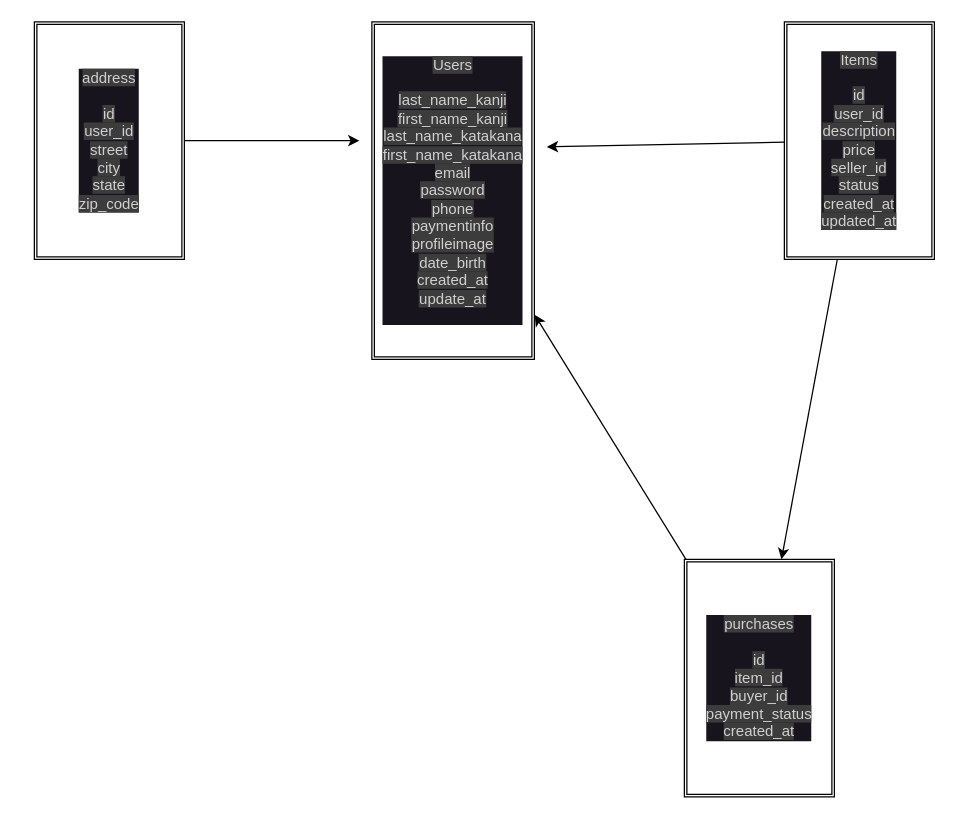
The draw.io diagram ER.dio in Ebisawa1016/furima-40312, before the edit. Source tidied: cells renumbered, new cells numbered last; positions are measured from the earlier drawing's top-left corner, leaving out a move shared by most shapes. Both pictures are drawn from the tidied source at 125%, with x=0, y=0 at pixel (34, 21).
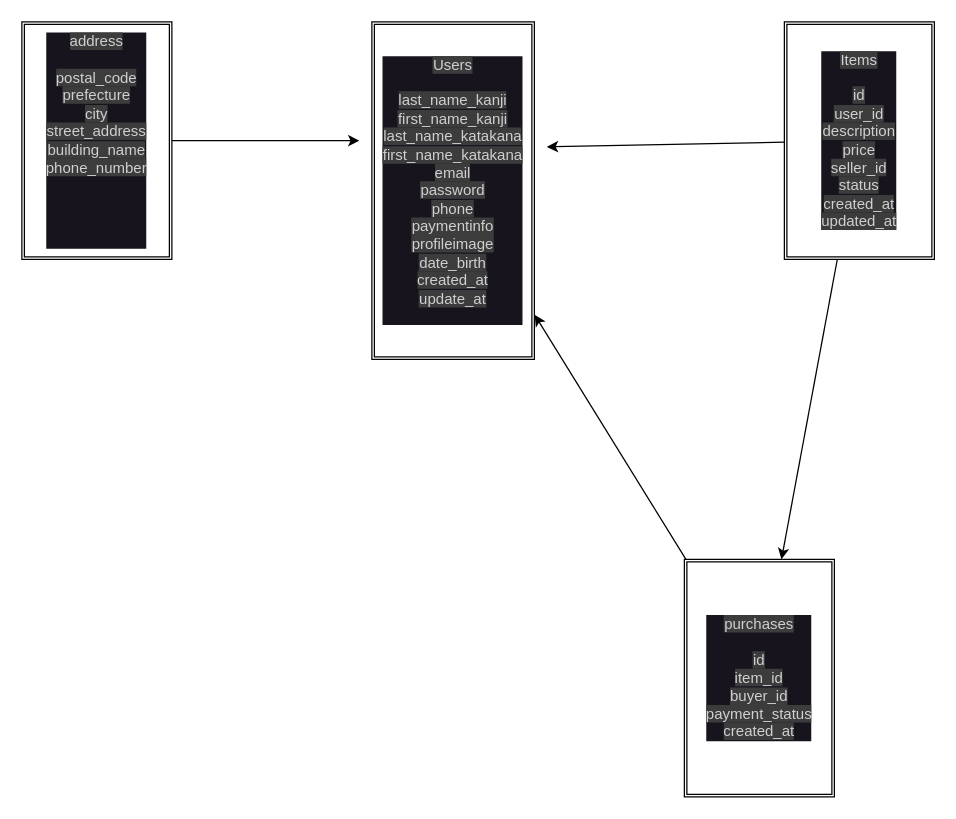
The same page after the edit.

Commit message (it also covers changes not shown here):
郵便番号の追加

The edit, as a diff of the source:
```diff
@@
 <mxGraphModel>
   <root>
     <mxCell id="0" />
     <mxCell id="1" parent="0" />
     <mxCell id="2" value="&lt;font color=&quot;#d0d0d0&quot;&gt;&lt;span style=&quot;background-color: rgb(60, 60, 60);&quot;&gt;Users&lt;br&gt;&lt;br&gt;last_name_kanji&lt;br&gt;first_name_kanji&lt;br&gt;last_name_katakana&lt;br&gt;first_name_katakana&lt;br&gt;&lt;/span&gt;&lt;/font&gt;&lt;font color=&quot;#d0d0d0&quot;&gt;&lt;span style=&quot;background-color: rgb(60, 60, 60);&quot;&gt;email&lt;br&gt;password&lt;br&gt;phone&lt;br&gt;paymentinfo&lt;br&gt;profileimage&lt;br&gt;date_birth&lt;br&gt;created_at&lt;br&gt;update_at&lt;br&gt;&lt;br&gt;&lt;/span&gt;&lt;/font&gt;" style="shape=ext;double=1;rounded=0;whiteSpace=wrap;html=1;labelBackgroundColor=#18141D;" parent="1" vertex="1">
       <mxGeometry x="270" width="130" height="270" as="geometry" />
     </mxCell>
     <mxCell id="3" style="edgeStyle=none;html=1;" parent="1" edge="1" source="5">
       <mxGeometry relative="1" as="geometry">
         <mxPoint x="410" y="100" as="targetPoint" />
       </mxGeometry>
     </mxCell>
     <mxCell id="4" style="edgeStyle=none;html=1;" parent="1" edge="1" source="5" target="9">
       <mxGeometry relative="1" as="geometry" />
     </mxCell>
     <mxCell id="5" value="&lt;font color=&quot;#d0d0d0&quot;&gt;&lt;span style=&quot;background-color: rgb(60, 60, 60);&quot;&gt;Items&lt;br&gt;&lt;br&gt;id&lt;br&gt;user_id&lt;br&gt;description&lt;br&gt;price&lt;br&gt;seller_id&lt;br&gt;status&lt;br&gt;created_at&lt;br&gt;updated_at&lt;br&gt;&lt;/span&gt;&lt;/font&gt;" style="shape=ext;double=1;rounded=0;whiteSpace=wrap;html=1;labelBackgroundColor=#18141D;" parent="1" vertex="1">
       <mxGeometry x="600" width="120" height="190" as="geometry" />
     </mxCell>
     <mxCell id="6" style="edgeStyle=none;html=1;" parent="1" edge="1" source="7">
       <mxGeometry relative="1" as="geometry">
         <mxPoint x="260" y="95" as="targetPoint" />
       </mxGeometry>
     </mxCell>
-    <mxCell id="7" value="&lt;font color=&quot;#d0d0d0&quot;&gt;&lt;span style=&quot;background-color: rgb(60, 60, 60);&quot;&gt;address&lt;br&gt;&lt;br&gt;id&lt;br&gt;user_id&lt;br&gt;street&lt;br&gt;city&lt;br&gt;state&lt;br&gt;zip_code&lt;br&gt;&lt;/span&gt;&lt;/font&gt;" style="shape=ext;double=1;rounded=0;whiteSpace=wrap;html=1;labelBackgroundColor=#18141D;" parent="1" vertex="1">
-      <mxGeometry width="120" height="190" as="geometry" />
+    <mxCell id="7" value="&lt;font color=&quot;#d0d0d0&quot;&gt;&lt;span style=&quot;background-color: rgb(60, 60, 60);&quot;&gt;address&lt;br&gt;&lt;br&gt;postal_code&lt;br&gt;prefecture&lt;br&gt;city&lt;br&gt;street_address&lt;br&gt;building_name&lt;br&gt;phone_number&lt;br&gt;&lt;br&gt;&lt;br&gt;&lt;br&gt;&lt;br&gt;&lt;/span&gt;&lt;/font&gt;" style="shape=ext;double=1;rounded=0;whiteSpace=wrap;html=1;labelBackgroundColor=#18141D;" parent="1" vertex="1">
+      <mxGeometry x="-10" width="120" height="190" as="geometry" />
     </mxCell>
     <mxCell id="8" style="edgeStyle=none;html=1;entryX=1.002;entryY=0.868;entryDx=0;entryDy=0;entryPerimeter=0;" parent="1" edge="1" source="9" target="2">
       <mxGeometry relative="1" as="geometry" />
     </mxCell>
     <mxCell id="9" value="&lt;font color=&quot;#d0d0d0&quot;&gt;&lt;span style=&quot;background-color: rgb(60, 60, 60);&quot;&gt;purchases&lt;br&gt;&lt;br&gt;id&lt;br&gt;item_id&lt;br&gt;buyer_id&lt;br&gt;payment_status&lt;br&gt;created_at&lt;br&gt;&lt;/span&gt;&lt;/font&gt;" style="shape=ext;double=1;rounded=0;whiteSpace=wrap;html=1;labelBackgroundColor=#18141D;" parent="1" vertex="1">
       <mxGeometry x="520" y="430" width="120" height="190" as="geometry" />
     </mxCell>
   </root>
 </mxGraphModel>
```
